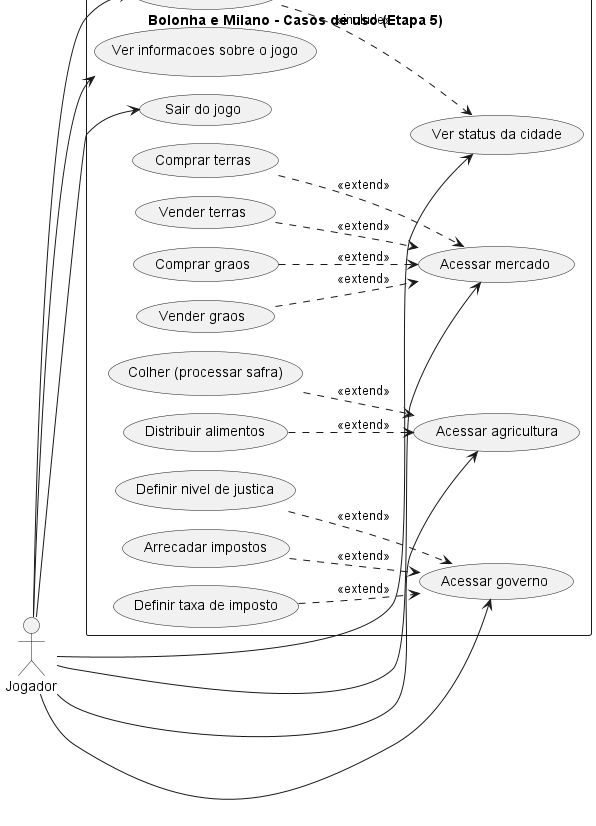
This is casos-de-uso/diagrama-casos-de-uso.png from JoaoPauloQC/bolonha-milano, a PlantUML export, as it was before one commit.
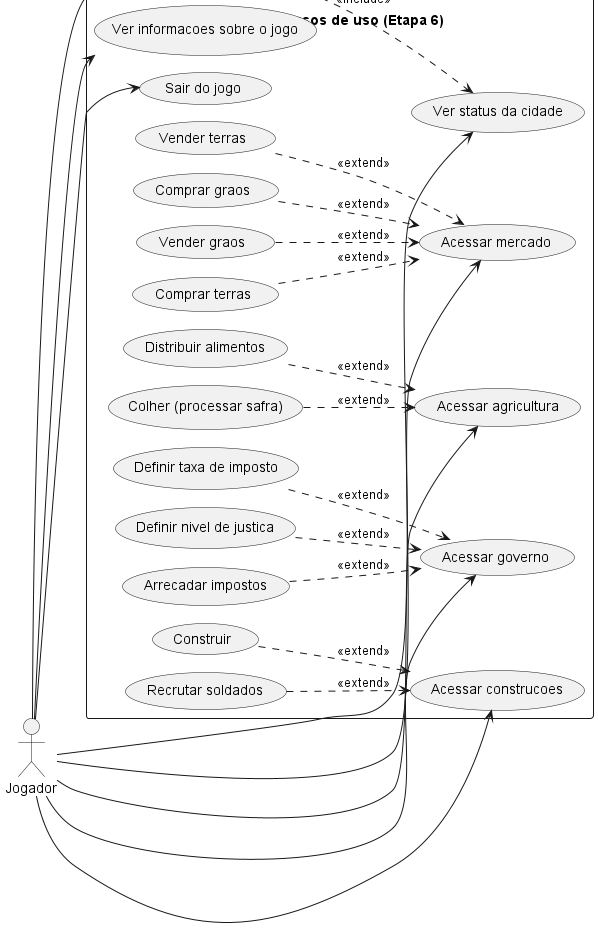
Later version of the same file.

Commit message:
etapa 6: diagramas atualizados

The edit, as a diff of the source:
```diff
@@ -1,6 +1,6 @@
 @startuml diagrama-casos-de-uso
 !pragma layout smetana
-title Bolonha e Milano - Casos de uso (Etapa 5)
+title Bolonha e Milano - Casos de uso (Etapa 6)
 left to right direction
 
 actor Jogador
@@ -11,6 +11,7 @@
   usecase "Acessar mercado" as UC3
   usecase "Acessar agricultura" as UC4
   usecase "Acessar governo" as UC5
+  usecase "Acessar construcoes" as UC6
   usecase "Ver informacoes sobre o jogo" as UC9
   usecase "Sair do jogo" as UC10
 
@@ -25,6 +26,9 @@
   usecase "Arrecadar impostos" as G1
   usecase "Definir taxa de imposto" as G2
   usecase "Definir nivel de justica" as G3
+
+  usecase "Recrutar soldados" as C1
+  usecase "Construir" as C2
 }
 
 Jogador --> UC1
@@ -32,6 +36,7 @@
 Jogador --> UC3
 Jogador --> UC4
 Jogador --> UC5
+Jogador --> UC6
 Jogador --> UC9
 Jogador --> UC10
 UC1 ..> UC2 : <<include>>
@@ -47,4 +52,7 @@
 G1 ..> UC5 : <<extend>>
 G2 ..> UC5 : <<extend>>
 G3 ..> UC5 : <<extend>>
+
+C1 ..> UC6 : <<extend>>
+C2 ..> UC6 : <<extend>>
 @enduml
```
